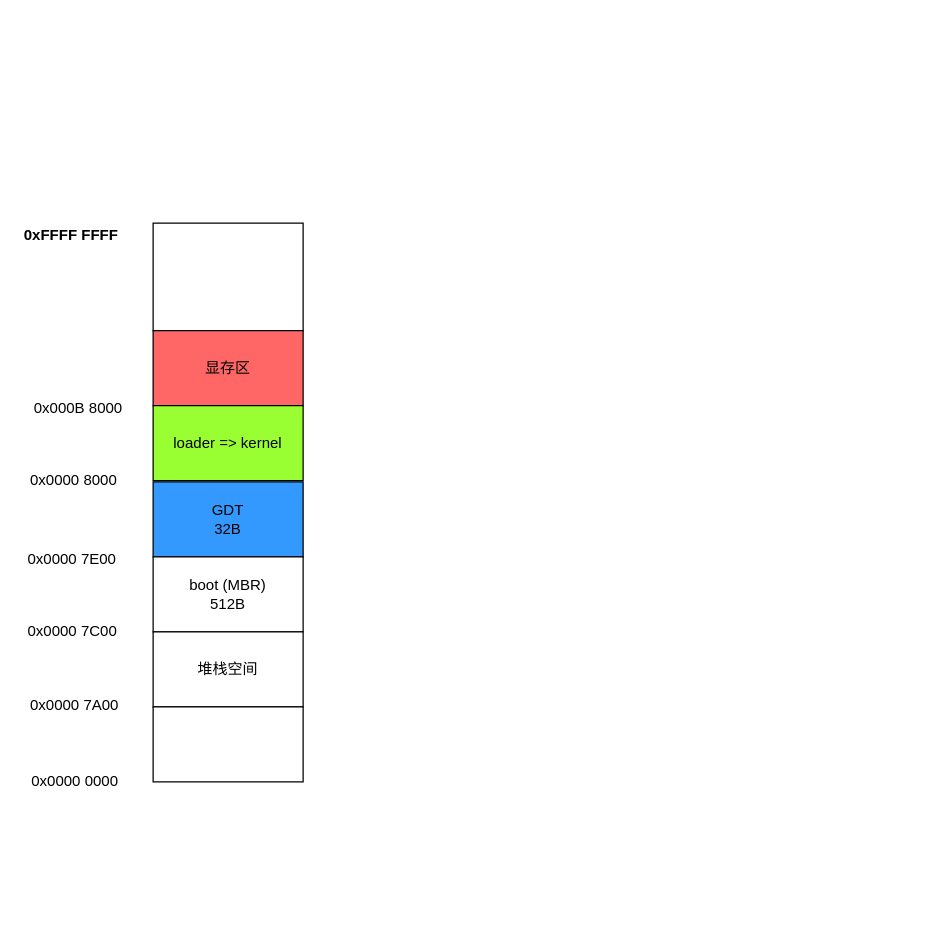
Above: image/mem.drawio in chainhelen/RKMF-OS (draw.io), before the change. Source tidied: cells renumbered, new cells numbered last; positions are measured from the earlier drawing's top-left corner, leaving out a move shared by most shapes. Both pictures are drawn from the tidied source at 125%, with x=0, y=0 at pixel (21, 222).
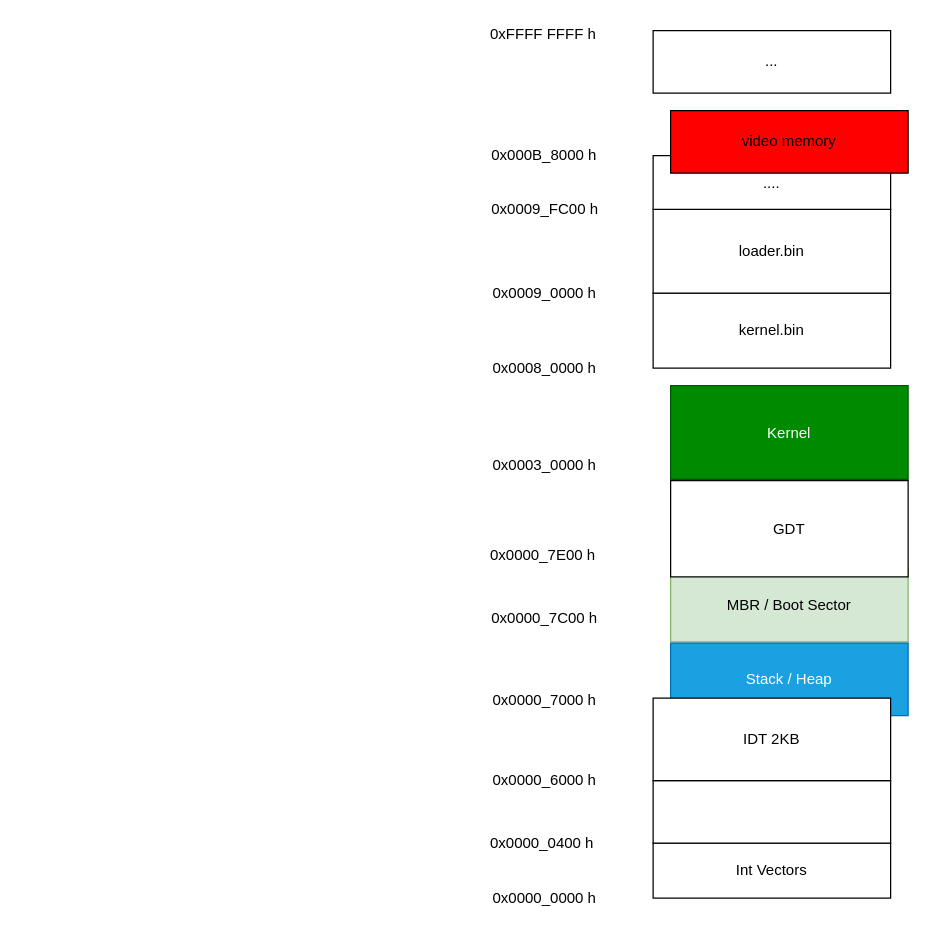
The same diagram, later.

What changed in the source:
```diff
@@
-    <mxCell id="2" style="rounded=0;whiteSpace=wrap;html=1;" parent="1" vertex="1">
-      <mxGeometry x="105" width="120" height="86" as="geometry" />
-    </mxCell>
-    <mxCell id="3" value="&lt;b&gt;0xFFFF FFFF&lt;/b&gt;" style="text;html=1;align=left;verticalAlign=top;spacingTop=-4;" parent="1" vertex="1">
-      <mxGeometry width="90" height="20" as="geometry" />
-    </mxCell>
-    <mxCell id="4" value="显存区" style="rounded=0;whiteSpace=wrap;html=1;fillColor=#FF6666;" parent="1" vertex="1">
-      <mxGeometry x="105" y="86" width="120" height="60" as="geometry" />
-    </mxCell>
-    <mxCell id="5" value="loader =&amp;gt; kernel" style="rounded=0;whiteSpace=wrap;html=1;fillColor=#99FF33;" parent="1" vertex="1">
-      <mxGeometry x="105" y="146" width="120" height="60" as="geometry" />
-    </mxCell>
-    <mxCell id="6" value="0x000B 8000" style="text;html=1;align=left;verticalAlign=top;spacingTop=-4;" parent="1" vertex="1">
-      <mxGeometry x="8" y="138" width="90" height="20" as="geometry" />
-    </mxCell>
-    <mxCell id="7" value="0x0000 8000" style="text;html=1;align=left;verticalAlign=top;spacingTop=-4;" parent="1" vertex="1">
-      <mxGeometry x="5" y="196" width="80" height="20" as="geometry" />
-    </mxCell>
-    <mxCell id="8" value="GDT&lt;br&gt;32B" style="rounded=0;whiteSpace=wrap;html=1;fillColor=#3399FF;" parent="1" vertex="1">
-      <mxGeometry x="105" y="207" width="120" height="60" as="geometry" />
-    </mxCell>
-    <mxCell id="9" value="0x0000 7E00" style="text;html=1;align=left;verticalAlign=top;spacingTop=-4;" parent="1" vertex="1">
-      <mxGeometry x="3" y="259" width="90" height="20" as="geometry" />
-    </mxCell>
-    <mxCell id="10" value="boot (MBR)&lt;br&gt;512B" style="rounded=0;whiteSpace=wrap;html=1;fillColor=#FFFFFF;" parent="1" vertex="1">
-      <mxGeometry x="105" y="267" width="120" height="60" as="geometry" />
-    </mxCell>
-    <mxCell id="11" value="0x0000 7C00" style="text;html=1;align=left;verticalAlign=top;spacingTop=-4;" parent="1" vertex="1">
-      <mxGeometry x="3" y="317" width="90" height="20" as="geometry" />
-    </mxCell>
-    <mxCell id="12" value="堆栈空间" style="rounded=0;whiteSpace=wrap;html=1;fillColor=#FFFFFF;" parent="1" vertex="1">
-      <mxGeometry x="105" y="327" width="120" height="60" as="geometry" />
-    </mxCell>
-    <mxCell id="13" value="0x0000 7A00" style="text;html=1;align=left;verticalAlign=top;spacingTop=-4;" parent="1" vertex="1">
-      <mxGeometry x="5" y="376" width="90" height="20" as="geometry" />
-    </mxCell>
-    <mxCell id="14" style="rounded=0;whiteSpace=wrap;html=1;fillColor=#FFFFFF;" parent="1" vertex="1">
-      <mxGeometry x="105" y="387" width="120" height="60" as="geometry" />
-    </mxCell>
-    <mxCell id="15" value="0x0000 0000" style="text;html=1;align=left;verticalAlign=top;spacingTop=-4;" parent="1" vertex="1">
-      <mxGeometry x="6" y="437" width="80" height="20" as="geometry" />
-    </mxCell>
+    <mxCell id="16" value="Int Vectors" style="rounded=0;whiteSpace=wrap;html=1;" parent="1" vertex="1">
+      <mxGeometry x="505" y="496" width="190" height="44" as="geometry" />
+    </mxCell>
+    <mxCell id="17" value="0x0000_0000 h" style="text;html=1;align=left;verticalAlign=top;spacingTop=-4;" parent="1" vertex="1">
+      <mxGeometry x="375" y="530" width="100" height="20" as="geometry" />
+    </mxCell>
+    <mxCell id="18" value="0x0000_0400 h" style="text;html=1;align=left;verticalAlign=top;spacingTop=-4;" parent="1" vertex="1">
+      <mxGeometry x="373" y="486" width="100" height="20" as="geometry" />
+    </mxCell>
+    <mxCell id="19" style="rounded=0;whiteSpace=wrap;html=1;" parent="1" vertex="1">
+      <mxGeometry x="505" y="446" width="190" height="50" as="geometry" />
+    </mxCell>
+    <mxCell id="20" value="0x0000_7C00 h" style="text;html=1;align=left;verticalAlign=top;spacingTop=-4;" parent="1" vertex="1">
+      <mxGeometry x="374" y="306" width="100" height="20" as="geometry" />
+    </mxCell>
+    <mxCell id="21" value="MBR / Boot Sector" style="rounded=0;whiteSpace=wrap;html=1;fillColor=#d5e8d4;strokeColor=#82b366;" parent="1" vertex="1">
+      <mxGeometry x="519" y="276" width="190" height="59" as="geometry" />
+    </mxCell>
+    <mxCell id="22" value="0x0000_7E00 h" style="text;html=1;align=left;verticalAlign=top;spacingTop=-4;" parent="1" vertex="1">
+      <mxGeometry x="373" y="256" width="100" height="20" as="geometry" />
+    </mxCell>
+    <mxCell id="23" value="Stack / Heap" style="rounded=0;whiteSpace=wrap;html=1;fillColor=#1ba1e2;strokeColor=#006EAF;fontColor=#ffffff;" parent="1" vertex="1">
+      <mxGeometry x="519" y="336" width="190" height="58" as="geometry" />
+    </mxCell>
+    <mxCell id="24" value="IDT 2KB" style="rounded=0;whiteSpace=wrap;html=1;" parent="1" vertex="1">
+      <mxGeometry x="505" y="380" width="190" height="66" as="geometry" />
+    </mxCell>
+    <mxCell id="25" value="0x0000_7000 h" style="text;html=1;align=left;verticalAlign=top;spacingTop=-4;" parent="1" vertex="1">
+      <mxGeometry x="375" y="372" width="100" height="20" as="geometry" />
+    </mxCell>
+    <mxCell id="26" value="0x0000_6000 h" style="text;html=1;align=left;verticalAlign=top;spacingTop=-4;" parent="1" vertex="1">
+      <mxGeometry x="375" y="436" width="100" height="20" as="geometry" />
+    </mxCell>
+    <mxCell id="27" value="GDT" style="rounded=0;whiteSpace=wrap;html=1;" parent="1" vertex="1">
+      <mxGeometry x="519" y="206" width="190" height="77" as="geometry" />
+    </mxCell>
+    <mxCell id="28" value="0x0003_0000 h" style="text;html=1;align=left;verticalAlign=top;spacingTop=-4;" parent="1" vertex="1">
+      <mxGeometry x="375" y="184" width="100" height="20" as="geometry" />
+    </mxCell>
+    <mxCell id="29" value="0x0008_0000 h" style="text;html=1;align=left;verticalAlign=top;spacingTop=-4;" parent="1" vertex="1">
+      <mxGeometry x="375" y="106" width="100" height="20" as="geometry" />
+    </mxCell>
+    <mxCell id="30" value="Kernel" style="rounded=0;whiteSpace=wrap;html=1;fillColor=#008a00;strokeColor=#005700;fontColor=#ffffff;" parent="1" vertex="1">
+      <mxGeometry x="519" y="130" width="190" height="75" as="geometry" />
+    </mxCell>
+    <mxCell id="31" value="kernel.bin" style="rounded=0;whiteSpace=wrap;html=1;" parent="1" vertex="1">
+      <mxGeometry x="505" y="56" width="190" height="60" as="geometry" />
+    </mxCell>
+    <mxCell id="32" value="0x0009_0000 h" style="text;html=1;align=left;verticalAlign=top;spacingTop=-4;" parent="1" vertex="1">
+      <mxGeometry x="375" y="46" width="100" height="20" as="geometry" />
+    </mxCell>
+    <mxCell id="33" value="loader.bin" style="rounded=0;whiteSpace=wrap;html=1;" parent="1" vertex="1">
+      <mxGeometry x="505" y="-11" width="190" height="67" as="geometry" />
+    </mxCell>
+    <mxCell id="34" value="0x0009_FC00 h" style="text;html=1;align=left;verticalAlign=top;spacingTop=-4;" parent="1" vertex="1">
+      <mxGeometry x="374" y="-21" width="100" height="20" as="geometry" />
+    </mxCell>
+    <mxCell id="35" value="...." style="rounded=0;whiteSpace=wrap;html=1;" parent="1" vertex="1">
+      <mxGeometry x="505" y="-54" width="190" height="43" as="geometry" />
+    </mxCell>
+    <mxCell id="36" value="video memory" style="rounded=0;whiteSpace=wrap;html=1;fillColor=#FF0000;" parent="1" vertex="1">
+      <mxGeometry x="519" y="-90" width="190" height="50" as="geometry" />
+    </mxCell>
+    <mxCell id="37" value="0x000B_8000 h" style="text;html=1;align=left;verticalAlign=top;spacingTop=-4;" parent="1" vertex="1">
+      <mxGeometry x="374" y="-64" width="100" height="20" as="geometry" />
+    </mxCell>
+    <mxCell id="38" value="..." style="rounded=0;whiteSpace=wrap;html=1;" parent="1" vertex="1">
+      <mxGeometry x="505" y="-154" width="190" height="50" as="geometry" />
+    </mxCell>
+    <mxCell id="39" value="0xFFFF FFFF h" style="text;html=1;align=left;verticalAlign=top;spacingTop=-4;" parent="1" vertex="1">
+      <mxGeometry x="373" y="-161" width="100" height="20" as="geometry" />
+    </mxCell>
```
